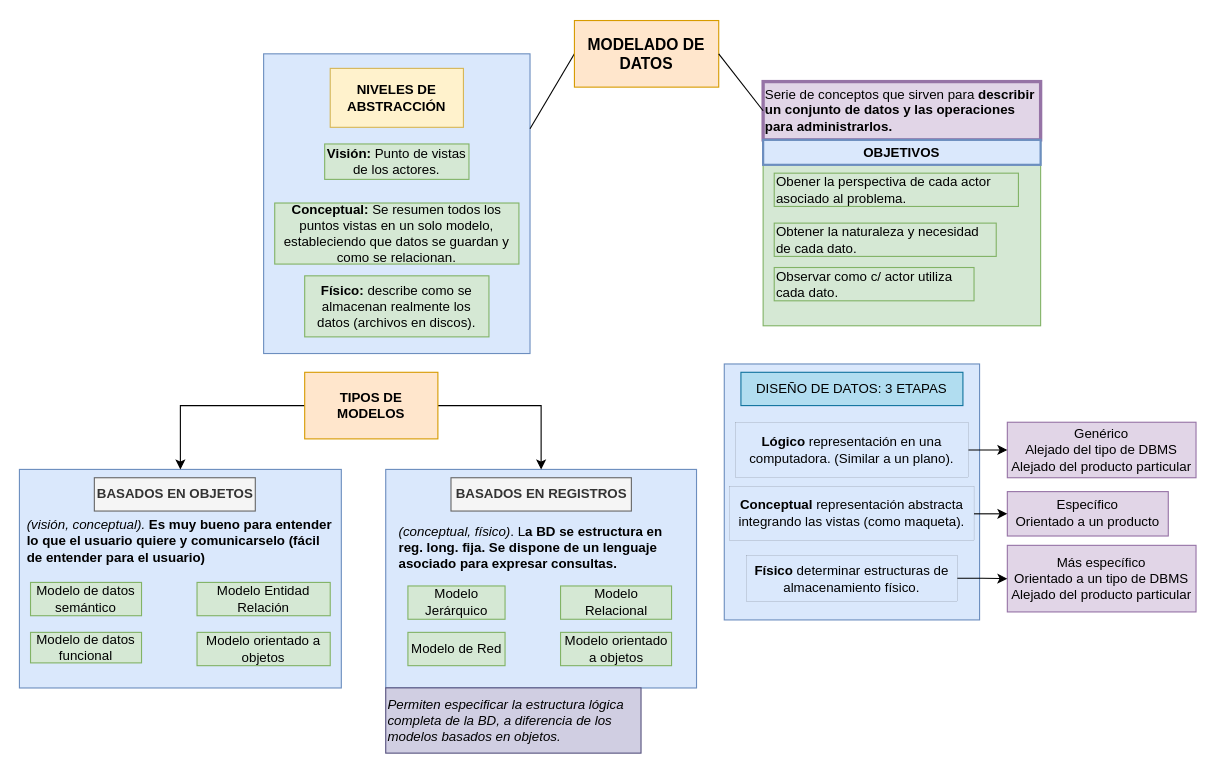
This is page "Modelos de datos" (2 of 8) of Diagrama-resumen.drawio from senras/DBD, a draw.io file, before an edit. Source tidied: cells renumbered, new cells numbered last; positions are measured from the earlier drawing's top-left corner, leaving out a move shared by most shapes. Both pictures are drawn from the tidied source at 111%, with x=0, y=0 at pixel (19, 20).
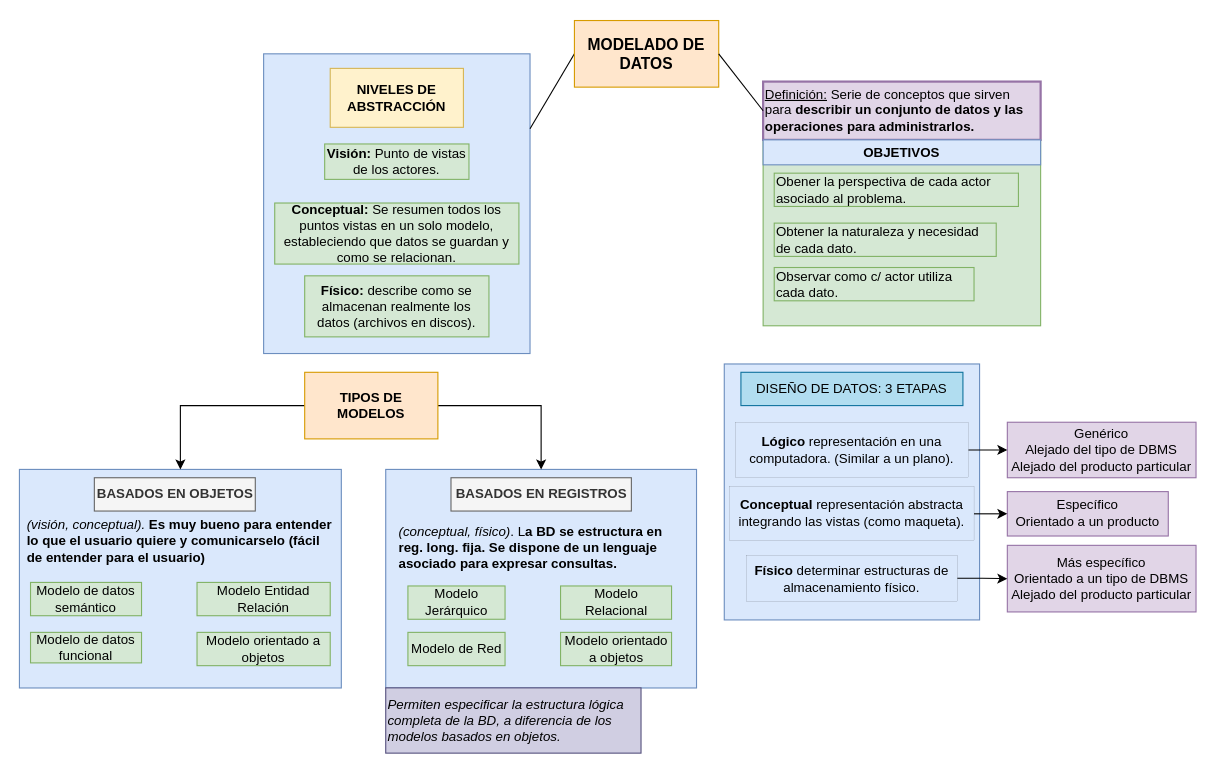
After the change.

Diff of the diagram source:
```diff
@@
-    <mxCell id="12" value="Serie de conceptos que sirven para &lt;b&gt;describir un conjunto de datos y las operaciones para administrarlos.&lt;/b&gt;" style="text;html=1;strokeColor=#9673a6;fillColor=#e1d5e7;align=left;verticalAlign=middle;whiteSpace=wrap;rounded=0;strokeWidth=3;fontStyle=0;" parent="1" vertex="1">
+    <mxCell id="12" value="&lt;u&gt;Definición:&lt;/u&gt; Serie de conceptos que sirven para &lt;b&gt;describir un conjunto de datos y las operaciones para administrarlos.&lt;/b&gt;" style="text;html=1;strokeColor=#9673a6;fillColor=#e1d5e7;align=left;verticalAlign=middle;whiteSpace=wrap;rounded=0;strokeWidth=2;fontStyle=0;" parent="1" vertex="1">
       <mxGeometry x="670" y="55" width="250" height="52.5" as="geometry" />
     </mxCell>
@@
-    <mxCell id="45" value="&lt;b&gt;OBJETIVOS&lt;/b&gt;" style="rounded=0;whiteSpace=wrap;html=1;strokeColor=#6c8ebf;strokeWidth=2;fillColor=#dae8fc;" parent="1" vertex="1">
+    <mxCell id="45" value="&lt;b&gt;OBJETIVOS&lt;/b&gt;" style="rounded=0;whiteSpace=wrap;html=1;strokeColor=#6c8ebf;strokeWidth=1;fillColor=#dae8fc;" parent="1" vertex="1">
       <mxGeometry x="670" y="107.5" width="250" height="22.5" as="geometry" />
     </mxCell>
```
